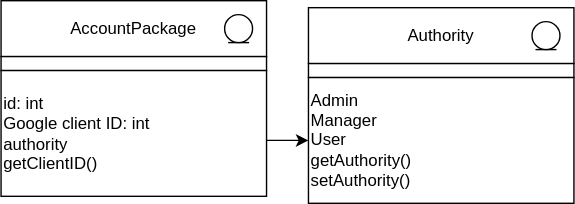
The draw.io diagram Drawio/D_2_5.2.7.drawio.svg in CCCpeggy/Reservatio-system, before a commit. Source tidied: cells renumbered, new cells last; positions are measured from the earlier drawing's top-left corner, leaving out a move shared by most shapes.
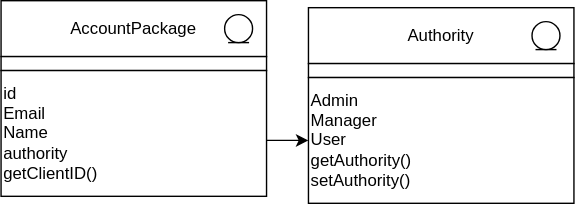
After the commit.

What changed in the source:
```diff
@@ -8,7 +8,7 @@
     <mxCell id="3" style="rounded=0;whiteSpace=wrap;html=1;" parent="1" vertex="1">
       <mxGeometry y="40" width="190" height="10" as="geometry" />
     </mxCell>
-    <mxCell id="4" value="&amp;nbsp; &lt;span&gt;id: int&lt;/span&gt;&lt;br&gt;&lt;div&gt;&amp;nbsp; Google client ID: int&lt;/div&gt;&lt;div&gt;&amp;nbsp; authority&lt;/div&gt;&lt;div&gt;&amp;nbsp; getClientID()&lt;br&gt;&lt;/div&gt;" style="rounded=0;whiteSpace=wrap;html=1;align=left;" parent="1" vertex="1">
+    <mxCell id="4" value="&amp;nbsp; &lt;span&gt;id&lt;/span&gt;&lt;br&gt;&lt;div&gt;&amp;nbsp; Email&lt;/div&gt;&lt;div&gt;&amp;nbsp; Name&lt;/div&gt;&lt;div&gt;&amp;nbsp; authority&lt;/div&gt;&lt;div&gt;&amp;nbsp; getClientID()&lt;br&gt;&lt;/div&gt;" style="rounded=0;whiteSpace=wrap;html=1;align=left;" parent="1" vertex="1">
       <mxGeometry y="50" width="190" height="90" as="geometry" />
     </mxCell>
     <mxCell id="5" style="ellipse;shape=umlEntity;whiteSpace=wrap;html=1;" parent="1" vertex="1">
```
